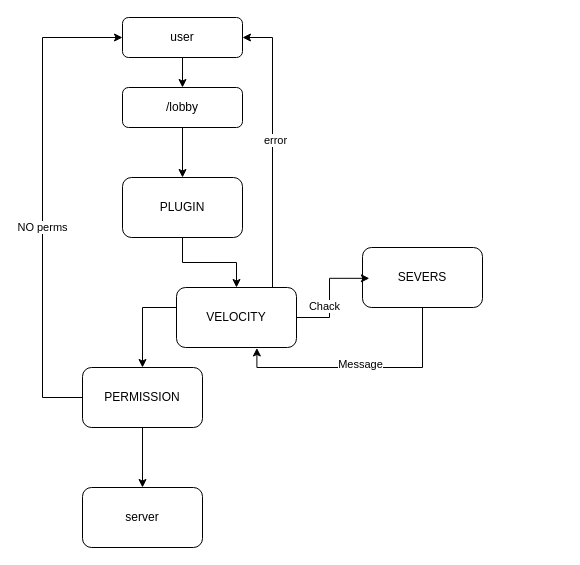
Above: Servers.drawio in RafaelK-F/diagrams (draw.io), before the change. Source tidied: cells renumbered, new cells numbered last; positions are measured from the earlier drawing's top-left corner, leaving out a move shared by most shapes. Both pictures are drawn from the tidied source at 100%, with x=0, y=0 at pixel (42, 17).
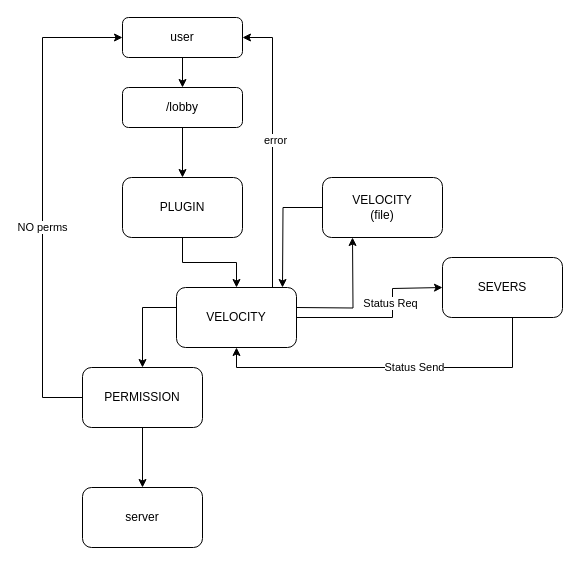
Above is the later version.

Unchanged cells that the change refers to:
```xml
<mxCell id="9" value="VELOCITY" style="rounded=1;whiteSpace=wrap;html=1;" parent="1" vertex="1">
  <mxGeometry x="134" y="270" width="120" height="60" as="geometry" />
</mxCell>
```

Change to the diagram source:
```diff
@@
-    <mxCell id="10" style="edgeStyle=orthogonalEdgeStyle;rounded=0;jettySize=auto;html=1;entryX=0.67;entryY=1.008;entryDx=0;entryDy=0;entryPerimeter=0;" parent="1" edge="1" source="12" target="9">
+    <mxCell id="10" style="edgeStyle=orthogonalEdgeStyle;rounded=0;jettySize=auto;html=1;entryX=0.5;entryY=1;entryDx=0;entryDy=0;" parent="1" edge="1" source="12" target="9">
       <mxGeometry relative="1" as="geometry">
         <Array as="points">
-          <mxPoint x="380" y="350" />
-          <mxPoint x="214" y="350" />
+          <mxPoint x="470" y="350" />
+          <mxPoint x="194" y="350" />
         </Array>
       </mxGeometry>
     </mxCell>
-    <mxCell id="11" value="Message" style="edgeLabel;html=1;align=center;verticalAlign=middle;" parent="10" vertex="1">
-      <mxGeometry y="-4" relative="1" as="geometry" />
-    </mxCell>
+    <mxCell id="22" value="Status Send" style="edgeLabel;html=1;align=center;verticalAlign=middle;" parent="10" vertex="1">
+      <mxGeometry x="-0.14" y="-1" relative="1" as="geometry" />
+    </mxCell>
     <mxCell id="12" value="SEVERS" style="rounded=1;whiteSpace=wrap;html=1;" parent="1" vertex="1">
-      <mxGeometry x="320" y="230" width="120" height="60" as="geometry" />
+      <mxGeometry x="400" y="240" width="120" height="60" as="geometry" />
     </mxCell>
-    <mxCell id="13" style="edgeStyle=orthogonalEdgeStyle;rounded=0;jettySize=auto;html=1;entryX=0.057;entryY=0.514;entryDx=0;entryDy=0;entryPerimeter=0;" parent="1" edge="1" source="9" target="12">
-      <mxGeometry relative="1" as="geometry" />
+    <mxCell id="13" style="edgeStyle=orthogonalEdgeStyle;rounded=0;jettySize=auto;html=1;" parent="1" edge="1" source="9">
+      <mxGeometry relative="1" as="geometry">
+        <mxPoint x="400" y="270" as="targetPoint" />
+        <Array as="points">
+          <mxPoint x="350" y="300" />
+          <mxPoint x="350" y="271" />
+        </Array>
+      </mxGeometry>
     </mxCell>
-    <mxCell id="14" value="Chack" style="edgeLabel;html=1;align=center;verticalAlign=middle;" parent="13" vertex="1">
-      <mxGeometry x="-0.19" y="6" relative="1" as="geometry" />
+    <mxCell id="14" value="Status Req" style="edgeLabel;html=1;align=center;verticalAlign=middle;" parent="13" vertex="1">
+      <mxGeometry x="-0.19" y="6" relative="1" as="geometry">
+        <mxPoint x="22" y="-9" as="offset" />
+      </mxGeometry>
     </mxCell>
@@
+    <mxCell id="23" value="VELOCITY&lt;br&gt;(file)" style="rounded=1;whiteSpace=wrap;html=1;" parent="1" vertex="1">
+      <mxGeometry x="280" y="160" width="120" height="60" as="geometry" />
+    </mxCell>
+    <mxCell id="24" style="edgeStyle=orthogonalEdgeStyle;rounded=0;orthogonalLoop=1;jettySize=auto;html=1;" parent="1" edge="1">
+      <mxGeometry relative="1" as="geometry">
+        <mxPoint x="254" y="290" as="sourcePoint" />
+        <mxPoint x="310" y="220" as="targetPoint" />
+      </mxGeometry>
+    </mxCell>
+    <mxCell id="25" style="edgeStyle=orthogonalEdgeStyle;rounded=0;jettySize=auto;html=1;" parent="1" edge="1" source="23">
+      <mxGeometry relative="1" as="geometry">
+        <mxPoint x="240" y="270" as="targetPoint" />
+      </mxGeometry>
+    </mxCell>
```
